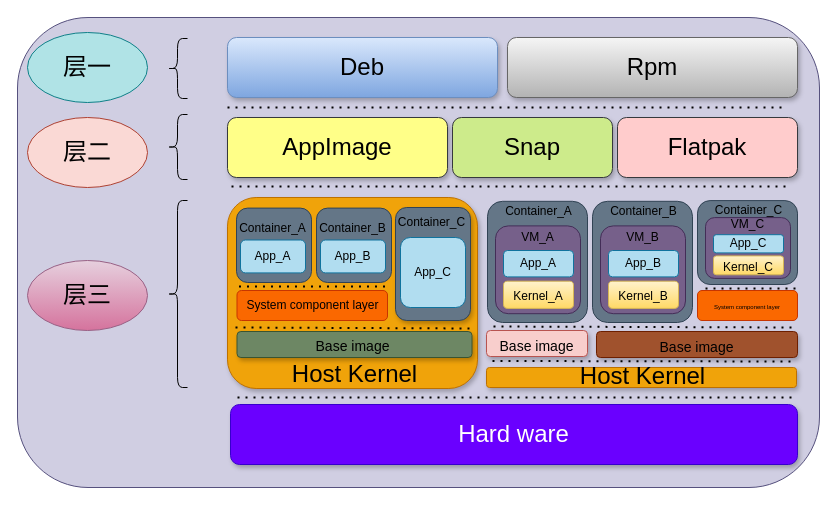
This is appcomparch.drawio from Doorer/draw.io-1, a draw.io file, before an edit. Source tidied: cells renumbered, new cells numbered last; positions are measured from the earlier drawing's top-left corner, leaving out a move shared by most shapes. Both pictures are drawn from the tidied source at 100%, with x=0, y=0 at pixel (17, 17).
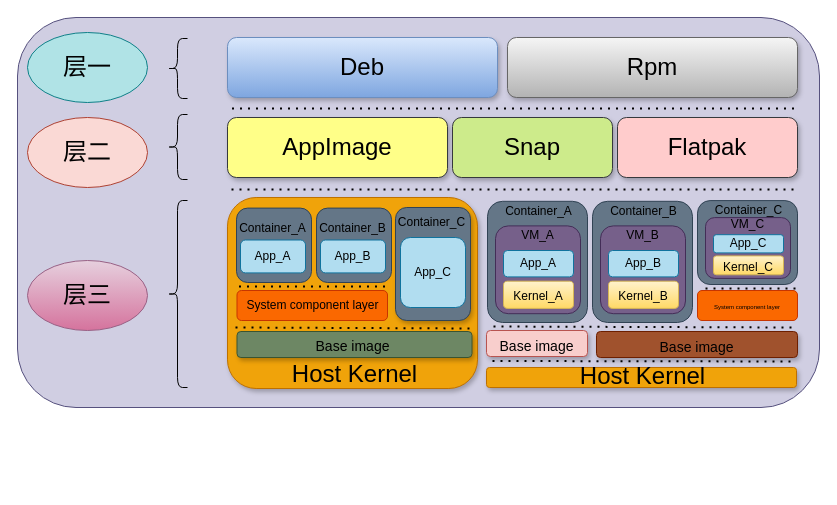
After the change.

Unchanged cells that the change refers to:
```xml
<mxCell id="32" style="group;" parent="30" vertex="1">
  <mxGeometry x="8" y="8.8" width="85" height="112.4" as="geometry" />
</mxCell>
<mxCell id="41" style="group;" parent="39" vertex="1">
  <mxGeometry x="8" y="8.8" width="85" height="112.4" as="geometry" />
</mxCell>
```

Change to the diagram source:
```diff
@@
     <mxCell id="2" style="rounded=1;whiteSpace=wrap;html=1;fontSize=14;fillColor=#d0cee2;strokeColor=#56517e;" parent="1" vertex="1">
-      <mxGeometry width="802" height="470" as="geometry" />
+      <mxGeometry width="802" height="390" as="geometry" />
     </mxCell>
@@
     <mxCell id="10" style="endArrow=none;dashed=1;html=1;dashPattern=1 3;strokeWidth=2;rounded=0;fontSize=24;" parent="1" edge="1">
       <mxGeometry relative="1" as="geometry">
-        <mxPoint x="214" y="169" as="sourcePoint" />
-        <mxPoint x="774" y="169" as="targetPoint" />
+        <mxPoint x="214" y="172" as="sourcePoint" />
+        <mxPoint x="780" y="172" as="targetPoint" />
       </mxGeometry>
     </mxCell>
-    <mxCell id="11" value="Hard ware" style="rounded=1;whiteSpace=wrap;html=1;fontSize=24;fillColor=#6a00ff;fontColor=#ffffff;strokeColor=#3700CC;shadow=1;" parent="1" vertex="1">
-      <mxGeometry x="213" y="387" width="567" height="60" as="geometry" />
-    </mxCell>
@@
-    <mxCell id="14" style="endArrow=none;dashed=1;html=1;dashPattern=1 3;strokeWidth=2;rounded=0;fontSize=24;" parent="1" edge="1">
-      <mxGeometry relative="1" as="geometry">
-        <mxPoint x="210" y="90" as="sourcePoint" />
-        <mxPoint x="770" y="90" as="targetPoint" />
-      </mxGeometry>
-    </mxCell>
-    <mxCell id="15" style="endArrow=none;dashed=1;html=1;dashPattern=1 3;strokeWidth=2;rounded=0;fontSize=24;" parent="1" edge="1">
-      <mxGeometry relative="1" as="geometry">
-        <mxPoint x="220" y="380" as="sourcePoint" />
-        <mxPoint x="780" y="380" as="targetPoint" />
-      </mxGeometry>
-    </mxCell>
@@
     <mxCell id="36" value="VM_A" style="text;html=1;align=center;verticalAlign=middle;fillColor=none;strokeColor=none;rounded=0;fontSize=12;" parent="32" vertex="1">
-      <mxGeometry x="17" y="26.4" width="50" height="20" as="geometry" />
+      <mxGeometry x="17" y="24.4" width="50" height="20" as="geometry" />
     </mxCell>
@@
     <mxCell id="45" value="VM_B" style="text;html=1;align=center;verticalAlign=middle;fillColor=none;strokeColor=none;rounded=0;fontSize=12;" parent="41" vertex="1">
-      <mxGeometry x="17" y="26.4" width="50" height="20" as="geometry" />
+      <mxGeometry x="17" y="24.4" width="50" height="20" as="geometry" />
     </mxCell>
@@
+    <mxCell id="70" style="endArrow=none;dashed=1;html=1;dashPattern=1 3;strokeWidth=2;rounded=0;fontSize=24;" parent="1" edge="1">
+      <mxGeometry relative="1" as="geometry">
+        <mxPoint x="214.5" y="91" as="sourcePoint" />
+        <mxPoint x="780.5" y="91" as="targetPoint" />
+      </mxGeometry>
+    </mxCell>
```
